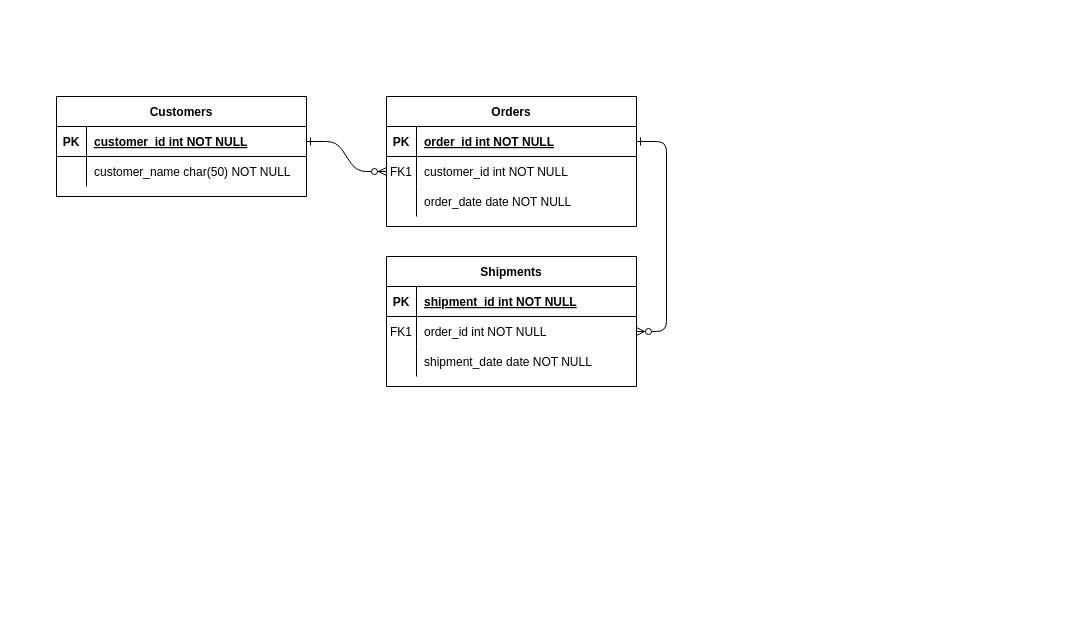
Before: Grament Buying House ER Diagram.drawio in AswadMuntasir/er_diagrams, a draw.io diagram. Source tidied: cells renumbered, new cells numbered last; positions are measured from the earlier drawing's top-left corner, leaving out a move shared by most shapes. Both pictures are drawn from the tidied source at 100%, with x=0, y=0 at pixel (56, 96).
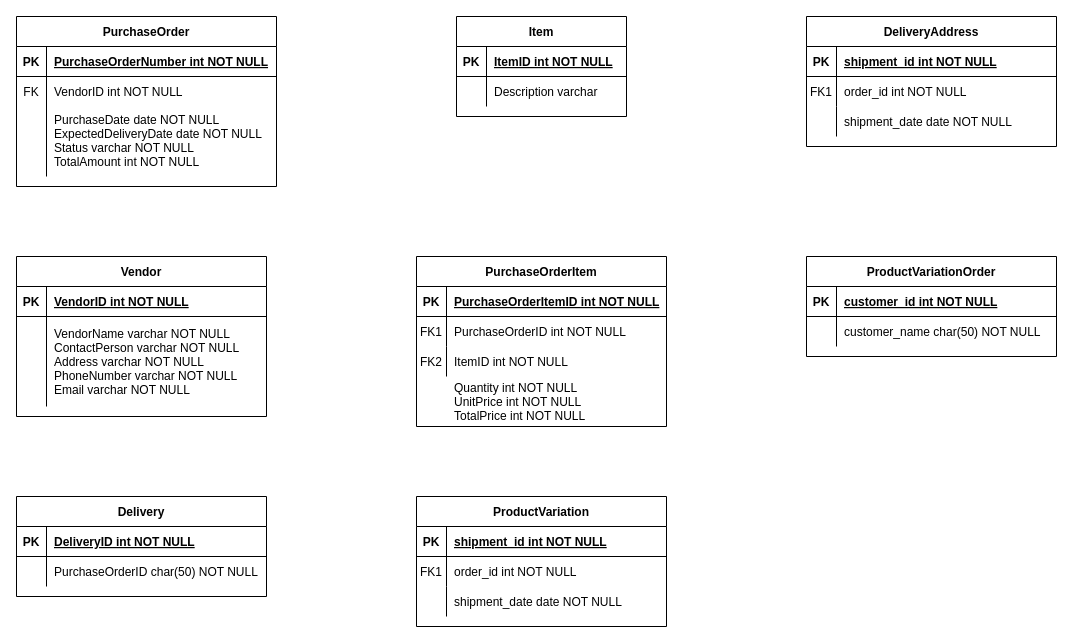
The same diagram, later.

Unchanged cells that the change refers to:
```xml
<mxCell id="15" style="shape=partialRectangle;fillColor=none;top=0;left=0;right=0;bottom=1;" parent="14" vertex="1">
  <mxGeometry y="30" width="250" height="30" as="geometry" />
</mxCell>
<mxCell id="18" style="shape=partialRectangle;fillColor=none;points=[[0,0.5],[1,0.5]];portConstraint=eastwest;top=0;left=0;right=0;bottom=0;" parent="14" vertex="1">
  <mxGeometry y="60" width="250" height="30" as="geometry" />
</mxCell>
<mxCell id="21" style="shape=partialRectangle;fillColor=none;top=0;left=0;right=0;bottom=0;" parent="14" vertex="1">
  <mxGeometry y="90" width="250" height="30" as="geometry" />
</mxCell>
```

Change to the diagram source:
```diff
@@
-    <mxCell id="2" style="edgeStyle=entityRelationEdgeStyle;endArrow=ERzeroToMany;startArrow=ERone;endFill=1;startFill=0;" parent="1" edge="1" source="25" target="8">
-      <mxGeometry relative="1" as="geometry" />
-    </mxCell>
-    <mxCell id="3" style="edgeStyle=entityRelationEdgeStyle;endArrow=ERzeroToMany;startArrow=ERone;endFill=1;startFill=0;" parent="1" edge="1" source="5" target="18">
-      <mxGeometry relative="1" as="geometry" />
-    </mxCell>
-    <mxCell id="4" value="Orders" style="shape=table;startSize=30;childLayout=tableLayout;rowLines=0;fontStyle=1;align=center;" parent="1" vertex="1">
-      <mxGeometry x="330" width="250" height="130" as="geometry" />
+    <mxCell id="4" value="Item" style="shape=table;startSize=30;childLayout=tableLayout;rowLines=0;fontStyle=1;align=center;" parent="1" vertex="1">
+      <mxGeometry x="400" y="-80" width="170" height="100" as="geometry" />
     </mxCell>
     <mxCell id="5" style="shape=partialRectangle;fillColor=none;points=[[0,0.5],[1,0.5]];portConstraint=eastwest;top=0;left=0;right=0;bottom=1;" parent="4" vertex="1">
-      <mxGeometry y="30" width="250" height="30" as="geometry" />
+      <mxGeometry y="30" width="170" height="30" as="geometry" />
     </mxCell>
@@
-    <mxCell id="7" value="order_id int NOT NULL " style="shape=partialRectangle;overflow=hidden;fillColor=none;top=0;left=0;bottom=0;right=0;align=left;spacingLeft=6;fontStyle=5;" parent="5" vertex="1">
-      <mxGeometry x="30" width="220" height="30" as="geometry" />
+    <mxCell id="7" value="ItemID int NOT NULL " style="shape=partialRectangle;overflow=hidden;fillColor=none;top=0;left=0;bottom=0;right=0;align=left;spacingLeft=6;fontStyle=5;" parent="5" vertex="1">
+      <mxGeometry x="30" width="140" height="30" as="geometry" />
     </mxCell>
     <mxCell id="8" style="shape=partialRectangle;fillColor=none;points=[[0,0.5],[1,0.5]];portConstraint=eastwest;top=0;left=0;right=0;bottom=0;" parent="4" vertex="1">
-      <mxGeometry y="60" width="250" height="30" as="geometry" />
+      <mxGeometry y="60" width="170" height="30" as="geometry" />
     </mxCell>
-    <mxCell id="9" value="FK1" style="shape=partialRectangle;overflow=hidden;fillColor=none;top=0;left=0;bottom=0;right=0;" parent="8" vertex="1">
+    <mxCell id="9" style="shape=partialRectangle;overflow=hidden;fillColor=none;top=0;left=0;bottom=0;right=0;" parent="8" vertex="1">
       <mxGeometry width="30" height="30" as="geometry" />
     </mxCell>
-    <mxCell id="10" value="customer_id int NOT NULL" style="shape=partialRectangle;overflow=hidden;fillColor=none;top=0;left=0;bottom=0;right=0;align=left;spacingLeft=6;" parent="8" vertex="1">
-      <mxGeometry x="30" width="220" height="30" as="geometry" />
+    <mxCell id="10" value="Description varchar" style="shape=partialRectangle;overflow=hidden;fillColor=none;top=0;left=0;bottom=0;right=0;align=left;spacingLeft=6;" parent="8" vertex="1">
+      <mxGeometry x="30" width="140" height="30" as="geometry" />
     </mxCell>
-    <mxCell id="11" style="shape=partialRectangle;fillColor=none;top=0;left=0;right=0;bottom=0;" parent="4" vertex="1">
-      <mxGeometry y="90" width="250" height="30" as="geometry" />
-    </mxCell>
-    <mxCell id="12" style="shape=partialRectangle;overflow=hidden;fillColor=none;top=0;left=0;bottom=0;right=0;" parent="11" vertex="1">
-      <mxGeometry width="30" height="30" as="geometry" />
-    </mxCell>
-    <mxCell id="13" value="order_date date NOT NULL" style="shape=partialRectangle;overflow=hidden;fillColor=none;top=0;left=0;bottom=0;right=0;align=left;spacingLeft=6;" parent="11" vertex="1">
-      <mxGeometry x="30" width="220" height="30" as="geometry" />
-    </mxCell>
-    <mxCell id="14" value="Shipments" style="shape=table;startSize=30;childLayout=tableLayout;rowLines=0;fontStyle=1;align=center;" parent="1" vertex="1">
-      <mxGeometry x="330" y="160" width="250" height="130" as="geometry" />
+    <mxCell id="14" value="PurchaseOrderItem" style="shape=table;startSize=30;childLayout=tableLayout;rowLines=0;fontStyle=1;align=center;" parent="1" vertex="1">
+      <mxGeometry x="360" y="160" width="250" height="170" as="geometry" />
     </mxCell>
@@
-    <mxCell id="17" value="shipment_id int NOT NULL " style="shape=partialRectangle;overflow=hidden;fillColor=none;top=0;left=0;bottom=0;right=0;align=left;spacingLeft=6;fontStyle=5;" parent="15" vertex="1">
+    <mxCell id="17" value="PurchaseOrderItemID int NOT NULL " style="shape=partialRectangle;overflow=hidden;fillColor=none;top=0;left=0;bottom=0;right=0;align=left;spacingLeft=6;fontStyle=5;" parent="15" vertex="1">
       <mxGeometry x="30" width="220" height="30" as="geometry" />
     </mxCell>
@@
-    <mxCell id="20" value="order_id int NOT NULL" style="shape=partialRectangle;overflow=hidden;fillColor=none;top=0;left=0;bottom=0;right=0;align=left;spacingLeft=6;" parent="18" vertex="1">
+    <mxCell id="20" value="PurchaseOrderID  int NOT NULL" style="shape=partialRectangle;overflow=hidden;fillColor=none;top=0;left=0;bottom=0;right=0;align=left;spacingLeft=6;" parent="18" vertex="1">
       <mxGeometry x="30" width="220" height="30" as="geometry" />
     </mxCell>
@@
-    <mxCell id="23" value="shipment_date date NOT NULL" style="shape=partialRectangle;overflow=hidden;fillColor=none;top=0;left=0;bottom=0;right=0;align=left;spacingLeft=6;" parent="21" vertex="1">
+    <mxCell id="23" value="ItemID int NOT NULL" style="shape=partialRectangle;overflow=hidden;fillColor=none;top=0;left=0;bottom=0;right=0;align=left;spacingLeft=6;" parent="21" vertex="1">
       <mxGeometry x="30" width="220" height="30" as="geometry" />
     </mxCell>
-    <mxCell id="24" value="Customers" style="shape=table;startSize=30;childLayout=tableLayout;rowLines=0;fontStyle=1;align=center;" parent="1" vertex="1">
-      <mxGeometry width="250" height="100" as="geometry" />
+    <mxCell id="24" value="PurchaseOrder" style="shape=table;startSize=30;childLayout=tableLayout;rowLines=0;fontStyle=1;align=center;" parent="1" vertex="1">
+      <mxGeometry x="-40" y="-80" width="260" height="170" as="geometry" />
     </mxCell>
     <mxCell id="25" style="shape=partialRectangle;fillColor=none;points=[[0,0.5],[1,0.5]];portConstraint=eastwest;top=0;left=0;right=0;bottom=1;" parent="24" vertex="1">
-      <mxGeometry y="30" width="250" height="30" as="geometry" />
+      <mxGeometry y="30" width="260" height="30" as="geometry" />
     </mxCell>
@@
-    <mxCell id="27" value="customer_id int NOT NULL " style="shape=partialRectangle;overflow=hidden;fillColor=none;top=0;left=0;bottom=0;right=0;align=left;spacingLeft=6;fontStyle=5;" parent="25" vertex="1">
-      <mxGeometry x="30" width="220" height="30" as="geometry" />
+    <mxCell id="27" value="PurchaseOrderNumber  int NOT NULL " style="shape=partialRectangle;overflow=hidden;fillColor=none;top=0;left=0;bottom=0;right=0;align=left;spacingLeft=6;fontStyle=5;" parent="25" vertex="1">
+      <mxGeometry x="30" width="230" height="30" as="geometry" />
     </mxCell>
     <mxCell id="28" style="shape=partialRectangle;fillColor=none;top=0;left=0;right=0;bottom=0;" parent="24" vertex="1">
-      <mxGeometry y="60" width="250" height="30" as="geometry" />
+      <mxGeometry y="60" width="260" height="100" as="geometry" />
     </mxCell>
-    <mxCell id="29" style="shape=partialRectangle;overflow=hidden;fillColor=none;top=0;left=0;bottom=0;right=0;" parent="28" vertex="1">
-      <mxGeometry width="30" height="30" as="geometry" />
+    <mxCell id="29" value="FK&#10;&#10;&#10;&#10;&#10;" style="shape=partialRectangle;overflow=hidden;fillColor=none;top=0;left=0;bottom=0;right=0;" parent="28" vertex="1">
+      <mxGeometry width="30" height="100" as="geometry" />
     </mxCell>
-    <mxCell id="30" value="customer_name char(50) NOT NULL" style="shape=partialRectangle;overflow=hidden;fillColor=none;top=0;left=0;bottom=0;right=0;align=left;spacingLeft=6;" parent="28" vertex="1">
-      <mxGeometry x="30" width="220" height="30" as="geometry" />
+    <mxCell id="30" value="VendorID int NOT NULL&#10;&#10;PurchaseDate  date NOT NULL&#10;ExpectedDeliveryDate date NOT NULL&#10;Status varchar NOT NULL&#10;TotalAmount int NOT NULL" style="shape=partialRectangle;overflow=hidden;fillColor=none;top=0;left=0;bottom=0;right=0;align=left;spacingLeft=6;" parent="28" vertex="1">
+      <mxGeometry x="30" width="230" height="100" as="geometry" />
     </mxCell>
+    <mxCell id="31" value="Vendor" style="shape=table;startSize=30;childLayout=tableLayout;rowLines=0;fontStyle=1;align=center;" parent="1" vertex="1">
+      <mxGeometry x="-40" y="160" width="250" height="160" as="geometry" />
+    </mxCell>
+    <mxCell id="32" style="shape=partialRectangle;fillColor=none;top=0;left=0;right=0;bottom=1;" parent="31" vertex="1">
+      <mxGeometry y="30" width="250" height="30" as="geometry" />
+    </mxCell>
+    <mxCell id="33" value="PK" style="shape=partialRectangle;overflow=hidden;fillColor=none;top=0;left=0;bottom=0;right=0;fontStyle=1;" parent="32" vertex="1">
+      <mxGeometry width="30" height="30" as="geometry" />
+    </mxCell>
+    <mxCell id="34" value="VendorID  int NOT NULL " style="shape=partialRectangle;overflow=hidden;fillColor=none;top=0;left=0;bottom=0;right=0;align=left;spacingLeft=6;fontStyle=5;" parent="32" vertex="1">
+      <mxGeometry x="30" width="220" height="30" as="geometry" />
+    </mxCell>
+    <mxCell id="35" style="shape=partialRectangle;fillColor=none;top=0;left=0;right=0;bottom=0;" parent="31" vertex="1">
+      <mxGeometry y="60" width="250" height="90" as="geometry" />
+    </mxCell>
+    <mxCell id="36" style="shape=partialRectangle;overflow=hidden;fillColor=none;top=0;left=0;bottom=0;right=0;" parent="35" vertex="1">
+      <mxGeometry width="30" height="90" as="geometry" />
+    </mxCell>
+    <mxCell id="37" value="VendorName  varchar NOT NULL&#10;ContactPerson varchar NOT NULL&#10;Address varchar NOT NULL&#10;PhoneNumber varchar NOT NULL&#10;Email varchar NOT NULL" style="shape=partialRectangle;overflow=hidden;fillColor=none;top=0;left=0;bottom=0;right=0;align=left;spacingLeft=6;" parent="35" vertex="1">
+      <mxGeometry x="30" width="220" height="90" as="geometry" />
+    </mxCell>
+    <mxCell id="38" value="Delivery" style="shape=table;startSize=30;childLayout=tableLayout;rowLines=0;fontStyle=1;align=center;" parent="1" vertex="1">
+      <mxGeometry x="-40" y="400" width="250" height="100" as="geometry" />
+    </mxCell>
+    <mxCell id="39" style="shape=partialRectangle;fillColor=none;top=0;left=0;right=0;bottom=1;" parent="38" vertex="1">
+      <mxGeometry y="30" width="250" height="30" as="geometry" />
+    </mxCell>
+    <mxCell id="40" value="PK" style="shape=partialRectangle;overflow=hidden;fillColor=none;top=0;left=0;bottom=0;right=0;fontStyle=1;" parent="39" vertex="1">
+      <mxGeometry width="30" height="30" as="geometry" />
+    </mxCell>
+    <mxCell id="41" value="DeliveryID  int NOT NULL " style="shape=partialRectangle;overflow=hidden;fillColor=none;top=0;left=0;bottom=0;right=0;align=left;spacingLeft=6;fontStyle=5;" parent="39" vertex="1">
+      <mxGeometry x="30" width="220" height="30" as="geometry" />
+    </mxCell>
+    <mxCell id="42" style="shape=partialRectangle;fillColor=none;top=0;left=0;right=0;bottom=0;" parent="38" vertex="1">
+      <mxGeometry y="60" width="250" height="30" as="geometry" />
+    </mxCell>
+    <mxCell id="43" style="shape=partialRectangle;overflow=hidden;fillColor=none;top=0;left=0;bottom=0;right=0;" parent="42" vertex="1">
+      <mxGeometry width="30" height="30" as="geometry" />
+    </mxCell>
+    <mxCell id="44" value="PurchaseOrderID  char(50) NOT NULL" style="shape=partialRectangle;overflow=hidden;fillColor=none;top=0;left=0;bottom=0;right=0;align=left;spacingLeft=6;" parent="42" vertex="1">
+      <mxGeometry x="30" width="220" height="30" as="geometry" />
+    </mxCell>
+    <mxCell id="45" value="ProductVariationOrder" style="shape=table;startSize=30;childLayout=tableLayout;rowLines=0;fontStyle=1;align=center;" parent="1" vertex="1">
+      <mxGeometry x="750" y="160" width="250" height="100" as="geometry" />
+    </mxCell>
+    <mxCell id="46" style="shape=partialRectangle;fillColor=none;top=0;left=0;right=0;bottom=1;" parent="45" vertex="1">
+      <mxGeometry y="30" width="250" height="30" as="geometry" />
+    </mxCell>
+    <mxCell id="47" value="PK" style="shape=partialRectangle;overflow=hidden;fillColor=none;top=0;left=0;bottom=0;right=0;fontStyle=1;" parent="46" vertex="1">
+      <mxGeometry width="30" height="30" as="geometry" />
+    </mxCell>
+    <mxCell id="48" value="customer_id int NOT NULL " style="shape=partialRectangle;overflow=hidden;fillColor=none;top=0;left=0;bottom=0;right=0;align=left;spacingLeft=6;fontStyle=5;" parent="46" vertex="1">
+      <mxGeometry x="30" width="220" height="30" as="geometry" />
+    </mxCell>
+    <mxCell id="49" style="shape=partialRectangle;fillColor=none;top=0;left=0;right=0;bottom=0;" parent="45" vertex="1">
+      <mxGeometry y="60" width="250" height="30" as="geometry" />
+    </mxCell>
+    <mxCell id="50" style="shape=partialRectangle;overflow=hidden;fillColor=none;top=0;left=0;bottom=0;right=0;" parent="49" vertex="1">
+      <mxGeometry width="30" height="30" as="geometry" />
+    </mxCell>
+    <mxCell id="51" value="customer_name char(50) NOT NULL" style="shape=partialRectangle;overflow=hidden;fillColor=none;top=0;left=0;bottom=0;right=0;align=left;spacingLeft=6;" parent="49" vertex="1">
+      <mxGeometry x="30" width="220" height="30" as="geometry" />
+    </mxCell>
+    <mxCell id="52" value="ProductVariation" style="shape=table;startSize=30;childLayout=tableLayout;rowLines=0;fontStyle=1;align=center;" parent="1" vertex="1">
+      <mxGeometry x="360" y="400" width="250" height="130" as="geometry" />
+    </mxCell>
+    <mxCell id="53" style="shape=partialRectangle;fillColor=none;top=0;left=0;right=0;bottom=1;" parent="52" vertex="1">
+      <mxGeometry y="30" width="250" height="30" as="geometry" />
+    </mxCell>
+    <mxCell id="54" value="PK" style="shape=partialRectangle;overflow=hidden;fillColor=none;top=0;left=0;bottom=0;right=0;fontStyle=1;" parent="53" vertex="1">
+      <mxGeometry width="30" height="30" as="geometry" />
+    </mxCell>
+    <mxCell id="55" value="shipment_id int NOT NULL " style="shape=partialRectangle;overflow=hidden;fillColor=none;top=0;left=0;bottom=0;right=0;align=left;spacingLeft=6;fontStyle=5;" parent="53" vertex="1">
+      <mxGeometry x="30" width="220" height="30" as="geometry" />
+    </mxCell>
+    <mxCell id="56" style="shape=partialRectangle;fillColor=none;top=0;left=0;right=0;bottom=0;" parent="52" vertex="1">
+      <mxGeometry y="60" width="250" height="30" as="geometry" />
+    </mxCell>
+    <mxCell id="57" value="FK1" style="shape=partialRectangle;overflow=hidden;fillColor=none;top=0;left=0;bottom=0;right=0;" parent="56" vertex="1">
+      <mxGeometry width="30" height="30" as="geometry" />
+    </mxCell>
+    <mxCell id="58" value="order_id int NOT NULL" style="shape=partialRectangle;overflow=hidden;fillColor=none;top=0;left=0;bottom=0;right=0;align=left;spacingLeft=6;" parent="56" vertex="1">
+      <mxGeometry x="30" width="220" height="30" as="geometry" />
+    </mxCell>
+    <mxCell id="59" style="shape=partialRectangle;fillColor=none;top=0;left=0;right=0;bottom=0;" parent="52" vertex="1">
+      <mxGeometry y="90" width="250" height="30" as="geometry" />
+    </mxCell>
+    <mxCell id="60" style="shape=partialRectangle;overflow=hidden;fillColor=none;top=0;left=0;bottom=0;right=0;" parent="59" vertex="1">
+      <mxGeometry width="30" height="30" as="geometry" />
+    </mxCell>
+    <mxCell id="61" value="shipment_date date NOT NULL" style="shape=partialRectangle;overflow=hidden;fillColor=none;top=0;left=0;bottom=0;right=0;align=left;spacingLeft=6;" parent="59" vertex="1">
+      <mxGeometry x="30" width="220" height="30" as="geometry" />
+    </mxCell>
+    <mxCell id="62" value="DeliveryAddress" style="shape=table;startSize=30;childLayout=tableLayout;rowLines=0;fontStyle=1;align=center;" parent="1" vertex="1">
+      <mxGeometry x="750" y="-80" width="250" height="130" as="geometry" />
+    </mxCell>
+    <mxCell id="63" style="shape=partialRectangle;fillColor=none;top=0;left=0;right=0;bottom=1;" parent="62" vertex="1">
+      <mxGeometry y="30" width="250" height="30" as="geometry" />
+    </mxCell>
+    <mxCell id="64" value="PK" style="shape=partialRectangle;overflow=hidden;fillColor=none;top=0;left=0;bottom=0;right=0;fontStyle=1;" parent="63" vertex="1">
+      <mxGeometry width="30" height="30" as="geometry" />
+    </mxCell>
+    <mxCell id="65" value="shipment_id int NOT NULL " style="shape=partialRectangle;overflow=hidden;fillColor=none;top=0;left=0;bottom=0;right=0;align=left;spacingLeft=6;fontStyle=5;" parent="63" vertex="1">
+      <mxGeometry x="30" width="220" height="30" as="geometry" />
+    </mxCell>
+    <mxCell id="66" style="shape=partialRectangle;fillColor=none;top=0;left=0;right=0;bottom=0;" parent="62" vertex="1">
+      <mxGeometry y="60" width="250" height="30" as="geometry" />
+    </mxCell>
+    <mxCell id="67" value="FK1" style="shape=partialRectangle;overflow=hidden;fillColor=none;top=0;left=0;bottom=0;right=0;" parent="66" vertex="1">
+      <mxGeometry width="30" height="30" as="geometry" />
+    </mxCell>
+    <mxCell id="68" value="order_id int NOT NULL" style="shape=partialRectangle;overflow=hidden;fillColor=none;top=0;left=0;bottom=0;right=0;align=left;spacingLeft=6;" parent="66" vertex="1">
+      <mxGeometry x="30" width="220" height="30" as="geometry" />
+    </mxCell>
+    <mxCell id="69" style="shape=partialRectangle;fillColor=none;top=0;left=0;right=0;bottom=0;" parent="62" vertex="1">
+      <mxGeometry y="90" width="250" height="30" as="geometry" />
+    </mxCell>
+    <mxCell id="70" style="shape=partialRectangle;overflow=hidden;fillColor=none;top=0;left=0;bottom=0;right=0;" parent="69" vertex="1">
+      <mxGeometry width="30" height="30" as="geometry" />
+    </mxCell>
+    <mxCell id="71" value="shipment_date date NOT NULL" style="shape=partialRectangle;overflow=hidden;fillColor=none;top=0;left=0;bottom=0;right=0;align=left;spacingLeft=6;" parent="69" vertex="1">
+      <mxGeometry x="30" width="220" height="30" as="geometry" />
+    </mxCell>
+    <mxCell id="72" value="FK2" style="shape=partialRectangle;overflow=hidden;fillColor=none;top=0;left=0;bottom=0;right=0;" parent="1" vertex="1">
+      <mxGeometry x="360" y="250" width="30" height="30" as="geometry" />
+    </mxCell>
+    <mxCell id="73" value="Quantity  int NOT NULL&#10;UnitPrice int NOT NULL&#10;TotalPrice int NOT NULL" style="shape=partialRectangle;overflow=hidden;fillColor=none;top=0;left=0;bottom=0;right=0;align=left;spacingLeft=6;" parent="1" vertex="1">
+      <mxGeometry x="390" y="280" width="220" height="50" as="geometry" />
+    </mxCell>
```
